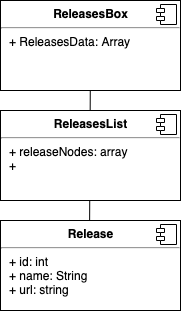
This is react_film_releases_component_hierarchy.png from josephcooper3/film-releases-app, a draw.io export, as it was before one commit. Source tidied: cells renumbered, new cells last; positions are measured from the earlier drawing's top-left corner, leaving out a move shared by most shapes.
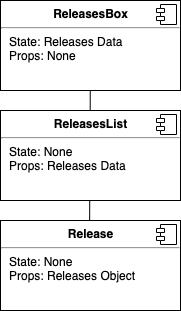
The same file after the commit.

Commit message:
improves diagrams

What changed in the source:
```diff
@@ -7,7 +7,7 @@
         <mxPoint x="89" y="245" as="sourcePoint" />
       </mxGeometry>
     </mxCell>
-    <mxCell id="3" value="&lt;p style=&quot;margin: 0px ; margin-top: 6px ; text-align: center&quot;&gt;&lt;b&gt;ReleasesBox&lt;/b&gt;&lt;/p&gt;&lt;hr&gt;&lt;p style=&quot;margin: 0px ; margin-left: 8px&quot;&gt;+ ReleasesData: Array&lt;br&gt;&lt;/p&gt;" style="align=left;overflow=fill;html=1;" parent="1" vertex="1">
+    <mxCell id="3" value="&lt;p style=&quot;margin: 0px ; margin-top: 6px ; text-align: center&quot;&gt;&lt;b&gt;ReleasesBox&lt;/b&gt;&lt;/p&gt;&lt;hr&gt;&lt;p style=&quot;margin: 0px ; margin-left: 8px&quot;&gt;State: Releases Data&lt;br&gt;&lt;/p&gt;&lt;p style=&quot;margin: 0px ; margin-left: 8px&quot;&gt;Props: None&lt;/p&gt;" style="align=left;overflow=fill;html=1;" parent="1" vertex="1">
       <mxGeometry width="180" height="90" as="geometry" />
     </mxCell>
     <mxCell id="4" style="shape=component;jettyWidth=8;jettyHeight=4;" parent="3" vertex="1">
@@ -15,7 +15,7 @@
         <mxPoint x="-24" y="4" as="offset" />
       </mxGeometry>
     </mxCell>
-    <mxCell id="5" value="&lt;p style=&quot;margin: 0px ; margin-top: 6px ; text-align: center&quot;&gt;&lt;b&gt;ReleasesList&lt;/b&gt;&lt;/p&gt;&lt;hr&gt;&lt;p style=&quot;margin: 0px ; margin-left: 8px&quot;&gt;+ releaseNodes: array&lt;br&gt;+&lt;/p&gt;" style="align=left;overflow=fill;html=1;" parent="1" vertex="1">
+    <mxCell id="5" value="&lt;p style=&quot;margin: 0px ; margin-top: 6px ; text-align: center&quot;&gt;&lt;b&gt;ReleasesList&lt;/b&gt;&lt;/p&gt;&lt;hr&gt;&lt;p style=&quot;margin: 0px ; margin-left: 8px&quot;&gt;State: None&lt;br&gt;&lt;/p&gt;&lt;p style=&quot;margin: 0px ; margin-left: 8px&quot;&gt;Props: Releases Data&lt;/p&gt;" style="align=left;overflow=fill;html=1;" parent="1" vertex="1">
       <mxGeometry y="110" width="180" height="90" as="geometry" />
     </mxCell>
     <mxCell id="6" style="shape=component;jettyWidth=8;jettyHeight=4;" parent="5" vertex="1">
@@ -23,7 +23,7 @@
         <mxPoint x="-24" y="4" as="offset" />
       </mxGeometry>
     </mxCell>
-    <mxCell id="7" value="&lt;p style=&quot;margin: 0px ; margin-top: 6px ; text-align: center&quot;&gt;&lt;b&gt;Release&lt;/b&gt;&lt;/p&gt;&lt;hr&gt;&lt;p style=&quot;margin: 0px ; margin-left: 8px&quot;&gt;+ id: int&lt;br&gt;+ name: String&lt;/p&gt;&lt;p style=&quot;margin: 0px ; margin-left: 8px&quot;&gt;+ url: string&lt;/p&gt;" style="align=left;overflow=fill;html=1;" parent="1" vertex="1">
+    <mxCell id="7" value="&lt;p style=&quot;margin: 0px ; margin-top: 6px ; text-align: center&quot;&gt;&lt;b&gt;Release&lt;/b&gt;&lt;/p&gt;&lt;hr&gt;&lt;p style=&quot;margin: 0px 0px 0px 8px&quot;&gt;State: None&lt;br&gt;&lt;/p&gt;&lt;p style=&quot;margin: 0px 0px 0px 8px&quot;&gt;Props: Releases Object&lt;/p&gt;" style="align=left;overflow=fill;html=1;" parent="1" vertex="1">
       <mxGeometry y="220" width="180" height="90" as="geometry" />
     </mxCell>
     <mxCell id="8" style="shape=component;jettyWidth=8;jettyHeight=4;" parent="7" vertex="1">
```
